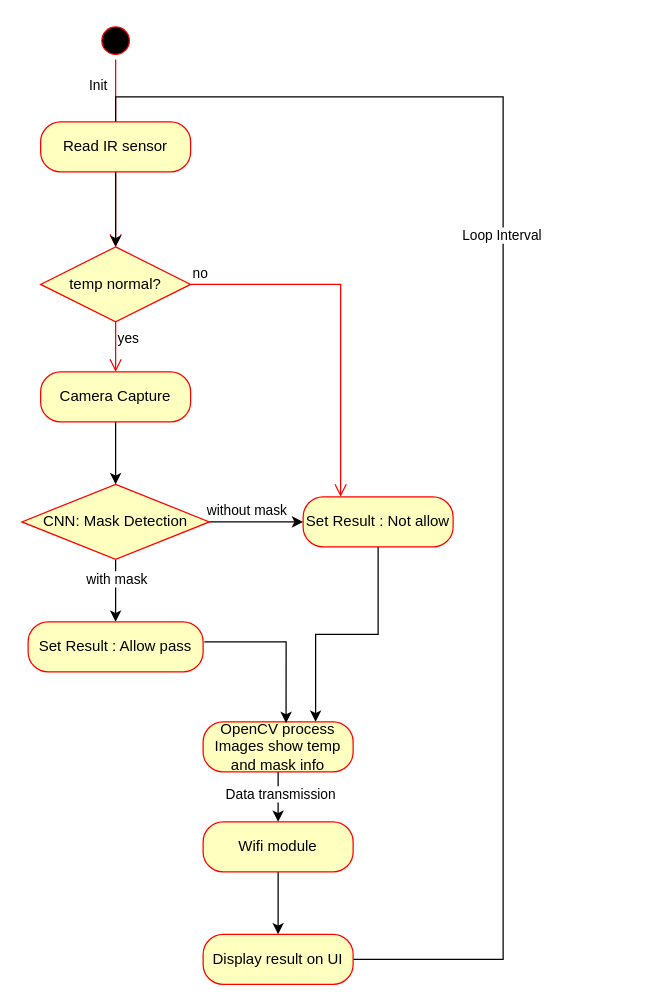
Earlier version of the draw.io diagram page "status diagram" (4 of 4) of ProjectDiagram.drawio (ArcueidShiki/SmartEntrySystem). Source tidied: cells renumbered, new cells numbered last; positions are measured from the earlier drawing's top-left corner, leaving out a move shared by most shapes. Both pictures are drawn from the tidied source at 125%, with x=0, y=0 at pixel (21, 21).
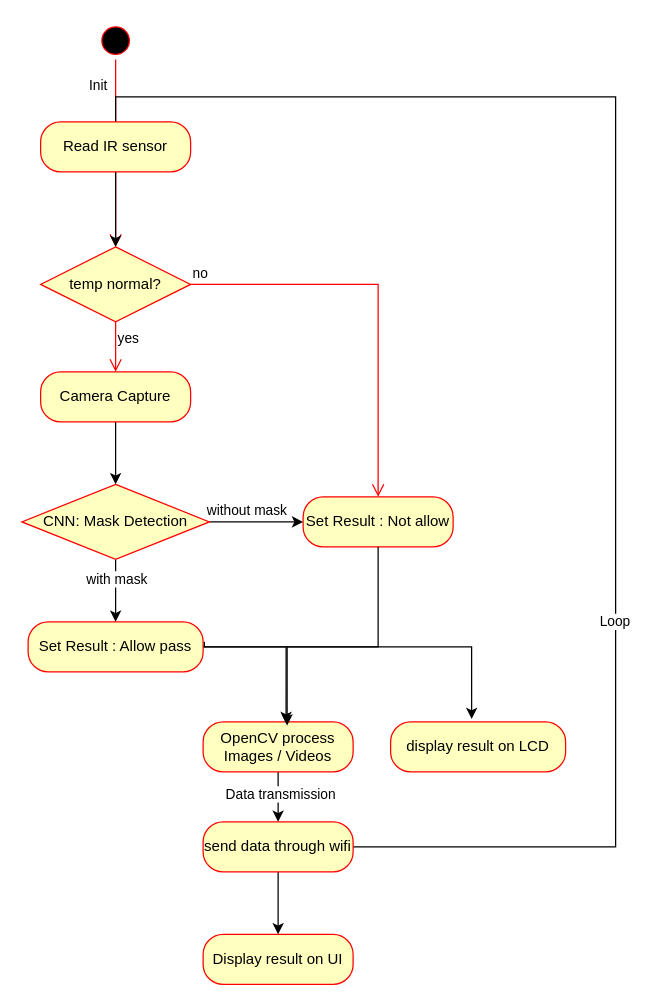
The same page after the edit.

Unchanged cells that the change refers to:
```xml
<mxCell id="2" value="temp normal?" style="rhombus;whiteSpace=wrap;html=1;fontColor=#000000;fillColor=#ffffc0;strokeColor=#ff0000;" parent="1" vertex="1">
  <mxGeometry x="15" y="180" width="120" height="60" as="geometry" />
</mxCell>
<mxCell id="11" value="Set Result : Not allow" style="rounded=1;whiteSpace=wrap;html=1;arcSize=40;fontColor=#000000;fillColor=#ffffc0;strokeColor=#ff0000;" parent="1" vertex="1">
  <mxGeometry x="225" y="380" width="120" height="40" as="geometry" />
</mxCell>
<mxCell id="20" value="Set Result : Allow pass" style="rounded=1;whiteSpace=wrap;html=1;arcSize=40;fontColor=#000000;fillColor=#ffffc0;strokeColor=#ff0000;" parent="1" vertex="1">
  <mxGeometry x="5" y="480" width="140" height="40" as="geometry" />
</mxCell>
<mxCell id="27" value="Display result on UI" style="rounded=1;whiteSpace=wrap;html=1;arcSize=40;fontColor=#000000;fillColor=#ffffc0;strokeColor=#ff0000;" parent="1" vertex="1">
  <mxGeometry x="145" y="730" width="120" height="40" as="geometry" />
</mxCell>
```

Change to the diagram source:
```diff
@@
-    <mxCell id="3" value="no" style="edgeStyle=orthogonalEdgeStyle;html=1;align=left;verticalAlign=bottom;endArrow=open;endSize=8;strokeColor=#ff0000;rounded=0;entryX=0.25;entryY=0;entryDx=0;entryDy=0;" parent="1" edge="1" source="2" target="11">
+    <mxCell id="3" value="no" style="edgeStyle=orthogonalEdgeStyle;html=1;align=left;verticalAlign=bottom;endArrow=open;endSize=8;strokeColor=#ff0000;rounded=0;entryX=0.5;entryY=0;entryDx=0;entryDy=0;" parent="1" edge="1" source="2" target="11">
       <mxGeometry x="-1" relative="1" as="geometry">
         <Array as="points">
-          <mxPoint x="255" y="210" />
+          <mxPoint x="285" y="210" />
         </Array>
       </mxGeometry>
     </mxCell>
@@
-    <mxCell id="8" style="edgeStyle=orthogonalEdgeStyle;rounded=0;jettySize=auto;html=1;entryX=0.5;entryY=0;entryDx=0;entryDy=0;" parent="1" edge="1" source="27" target="2">
+    <mxCell id="8" style="edgeStyle=orthogonalEdgeStyle;rounded=0;jettySize=auto;html=1;entryX=0.5;entryY=0;entryDx=0;entryDy=0;exitX=1;exitY=0.5;exitDx=0;exitDy=0;" parent="1" edge="1" source="25" target="2">
       <mxGeometry relative="1" as="geometry">
         <Array as="points">
-          <mxPoint x="385" y="750" />
-          <mxPoint x="385" y="60" />
+          <mxPoint x="475" y="660" />
+          <mxPoint x="475" y="60" />
           <mxPoint x="75" y="60" />
         </Array>
       </mxGeometry>
     </mxCell>
-    <mxCell id="9" value="Loop Interval" style="edgeLabel;html=1;align=center;verticalAlign=middle;" parent="8" vertex="1">
+    <mxCell id="9" value="Loop&amp;nbsp;" style="edgeLabel;html=1;align=center;verticalAlign=middle;" parent="8" vertex="1">
       <mxGeometry x="0.11" y="2" relative="1" as="geometry">
-        <mxPoint y="-12" as="offset" />
+        <mxPoint x="2" y="347" as="offset" />
       </mxGeometry>
     </mxCell>
-    <mxCell id="10" style="edgeStyle=orthogonalEdgeStyle;rounded=0;jettySize=auto;html=1;entryX=0.75;entryY=0;entryDx=0;entryDy=0;" parent="1" edge="1" source="11" target="23">
-      <mxGeometry relative="1" as="geometry" />
-    </mxCell>
@@
+    <mxCell id="28" style="edgeStyle=orthogonalEdgeStyle;rounded=0;jettySize=auto;html=1;entryX=0.463;entryY=-0.059;entryDx=0;entryDy=0;entryPerimeter=0;" parent="1" edge="1" source="20" target="29">
+      <mxGeometry relative="1" as="geometry">
+        <Array as="points">
+          <mxPoint x="360" y="500" />
+        </Array>
+      </mxGeometry>
+    </mxCell>
@@
-    <mxCell id="23" value="OpenCV process Images show temp and mask info" style="rounded=1;whiteSpace=wrap;html=1;arcSize=40;fontColor=#000000;fillColor=#ffffc0;strokeColor=#ff0000;" parent="1" vertex="1">
+    <mxCell id="23" value="OpenCV process Images / Videos" style="rounded=1;whiteSpace=wrap;html=1;arcSize=40;fontColor=#000000;fillColor=#ffffc0;strokeColor=#ff0000;" parent="1" vertex="1">
       <mxGeometry x="145" y="560" width="120" height="40" as="geometry" />
     </mxCell>
@@
-    <mxCell id="25" value="Wifi module" style="rounded=1;whiteSpace=wrap;html=1;arcSize=40;fontColor=#000000;fillColor=#ffffc0;strokeColor=#ff0000;" parent="1" vertex="1">
+    <mxCell id="25" value="send data through wifi" style="rounded=1;whiteSpace=wrap;html=1;arcSize=40;fontColor=#000000;fillColor=#ffffc0;strokeColor=#ff0000;" parent="1" vertex="1">
       <mxGeometry x="145" y="640" width="120" height="40" as="geometry" />
     </mxCell>
     <mxCell id="26" style="edgeStyle=orthogonalEdgeStyle;rounded=0;jettySize=auto;html=1;entryX=0.553;entryY=0.023;entryDx=0;entryDy=0;entryPerimeter=0;exitX=1.007;exitY=0.399;exitDx=0;exitDy=0;exitPerimeter=0;" parent="1" edge="1" source="20" target="23">
-      <mxGeometry relative="1" as="geometry" />
+      <mxGeometry relative="1" as="geometry">
+        <Array as="points">
+          <mxPoint x="146" y="500" />
+          <mxPoint x="211" y="500" />
+        </Array>
+      </mxGeometry>
     </mxCell>
@@
+    <mxCell id="10" style="edgeStyle=orthogonalEdgeStyle;rounded=0;jettySize=auto;html=1;entryX=0.56;entryY=0.073;entryDx=0;entryDy=0;entryPerimeter=0;" parent="1" edge="1" source="11" target="23">
+      <mxGeometry relative="1" as="geometry">
+        <Array as="points">
+          <mxPoint x="285" y="500" />
+          <mxPoint x="212" y="500" />
+        </Array>
+      </mxGeometry>
+    </mxCell>
+    <mxCell id="29" value="display result on LCD" style="rounded=1;whiteSpace=wrap;html=1;arcSize=40;fontColor=#000000;fillColor=#ffffc0;strokeColor=#ff0000;" parent="1" vertex="1">
+      <mxGeometry x="295" y="560" width="140" height="40" as="geometry" />
+    </mxCell>
```
